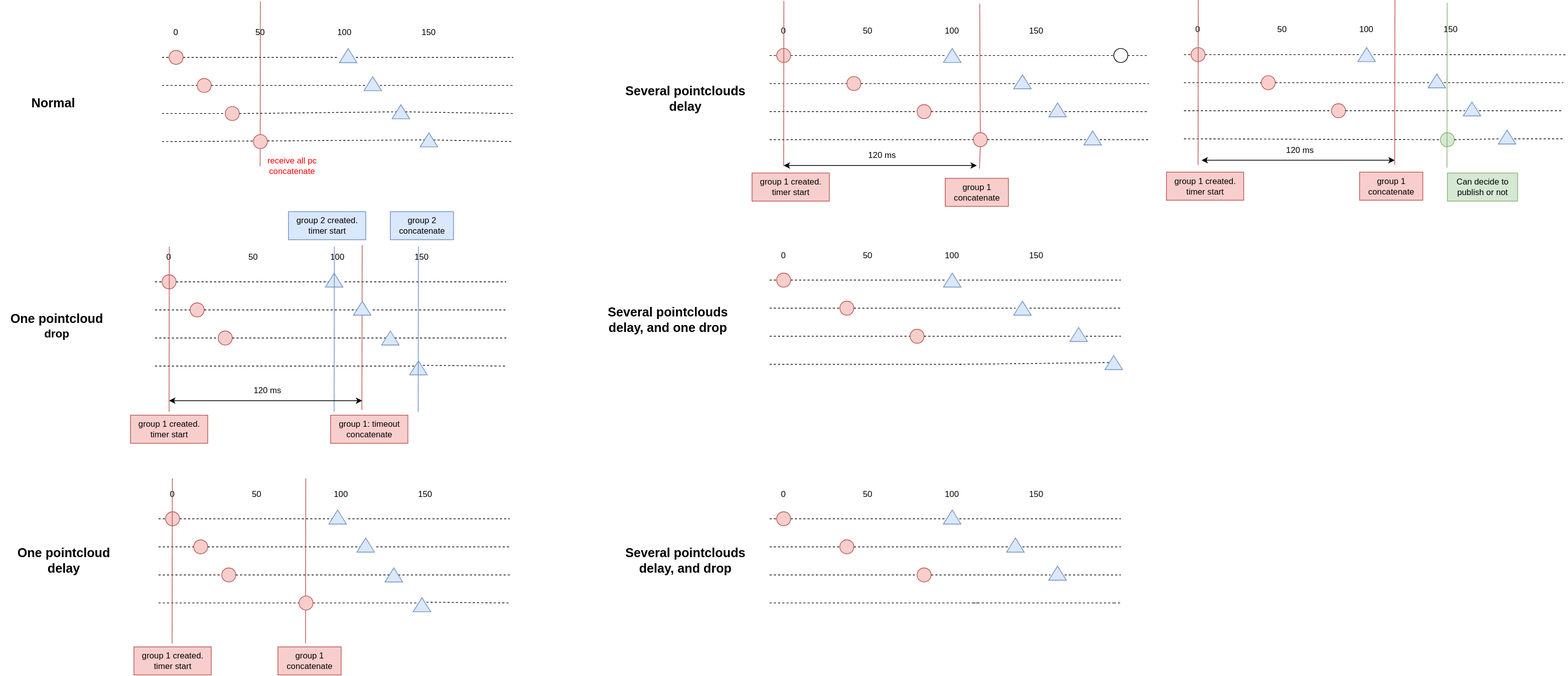
The draw.io diagram sensing/autoware_pointcloud_preprocessor/docs/image/concatenate_edge_case.drawio.svg in autowarefoundation/autoware.universe, before a commit. Source tidied: cells renumbered, new cells last; positions are measured from the earlier drawing's top-left corner, leaving out a move shared by most shapes.
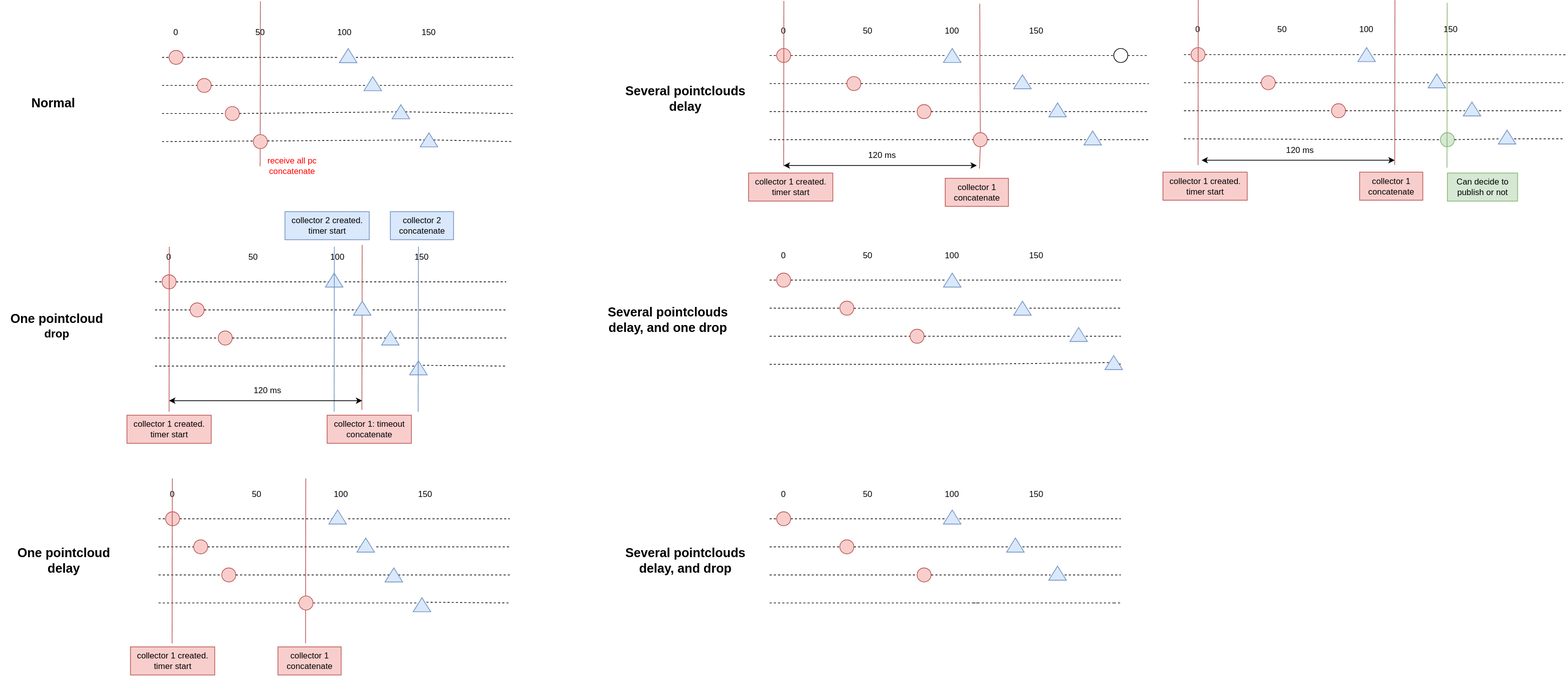
The same diagram one commit later.

The edit, as a diff of the source:
```diff
@@ -330,8 +330,8 @@
         <mxPoint x="514.5" y="583.5" as="targetPoint" />
       </mxGeometry>
     </mxCell>
-    <mxCell id="78" value="&lt;div&gt;group 1:&amp;nbsp;&lt;span style=&quot;background-color: initial;&quot;&gt;timeout&lt;/span&gt;&lt;/div&gt;concatenate" style="text;html=1;align=center;verticalAlign=middle;strokeColor=#b85450;fillColor=#f8cecc;" parent="1" vertex="1">
-      <mxGeometry x="470" y="591" width="110" height="40" as="geometry" />
+    <mxCell id="78" value="&lt;div&gt;&lt;span style=&quot;background-color: initial;&quot;&gt;collector&lt;/span&gt;&amp;nbsp;1:&amp;nbsp;&lt;span style=&quot;background-color: initial;&quot;&gt;timeout&lt;/span&gt;&lt;/div&gt;concatenate" style="text;html=1;align=center;verticalAlign=middle;strokeColor=#b85450;fillColor=#f8cecc;" parent="1" vertex="1">
+      <mxGeometry x="465" y="591" width="120" height="40" as="geometry" />
     </mxCell>
     <mxCell id="79" style="triangle;whiteSpace=wrap;html=1;rotation=-90;fillColor=#dae8fc;strokeColor=#6c8ebf;" parent="1" vertex="1">
       <mxGeometry x="485" y="66.2" width="20" height="25" as="geometry" />
@@ -502,11 +502,11 @@
         <mxPoint x="475" y="586" as="targetPoint" />
       </mxGeometry>
     </mxCell>
-    <mxCell id="124" value="&lt;div&gt;group 1 created.&lt;/div&gt;&lt;div&gt;timer start&lt;/div&gt;" style="text;html=1;align=center;verticalAlign=middle;strokeColor=#b85450;fillColor=#f8cecc;" parent="1" vertex="1">
-      <mxGeometry x="185" y="591" width="110" height="40" as="geometry" />
+    <mxCell id="124" value="&lt;div&gt;&lt;span style=&quot;background-color: initial;&quot;&gt;collector&lt;/span&gt;&amp;nbsp;1 created.&lt;/div&gt;&lt;div&gt;timer start&lt;/div&gt;" style="text;html=1;align=center;verticalAlign=middle;strokeColor=#b85450;fillColor=#f8cecc;" parent="1" vertex="1">
+      <mxGeometry x="180" y="591" width="120" height="40" as="geometry" />
     </mxCell>
-    <mxCell id="125" value="&lt;div&gt;group 2 created.&lt;/div&gt;&lt;div&gt;timer start&lt;/div&gt;" style="text;html=1;align=center;verticalAlign=middle;strokeColor=#6c8ebf;fillColor=#dae8fc;" parent="1" vertex="1">
-      <mxGeometry x="410" y="301" width="110" height="40" as="geometry" />
+    <mxCell id="125" value="&lt;div&gt;collector 2 created.&lt;/div&gt;&lt;div&gt;timer start&lt;/div&gt;" style="text;html=1;align=center;verticalAlign=middle;strokeColor=#6c8ebf;fillColor=#dae8fc;" parent="1" vertex="1">
+      <mxGeometry x="405" y="301" width="120" height="40" as="geometry" />
     </mxCell>
     <mxCell id="126" style="endArrow=none;html=1;rounded=0;fillColor=#dae8fc;strokeColor=#6c8ebf;" parent="1" edge="1">
       <mxGeometry relative="1" as="geometry">
@@ -514,7 +514,7 @@
         <mxPoint x="594.6" y="586" as="targetPoint" />
       </mxGeometry>
     </mxCell>
-    <mxCell id="127" value="&lt;div&gt;group 2&lt;/div&gt;&lt;div&gt;&amp;nbsp;concatenate&lt;/div&gt;" style="text;html=1;align=center;verticalAlign=middle;strokeColor=#6c8ebf;fillColor=#dae8fc;" parent="1" vertex="1">
+    <mxCell id="127" value="&lt;div&gt;&lt;span style=&quot;background-color: initial;&quot;&gt;collector&lt;/span&gt;&amp;nbsp;2&lt;/div&gt;&lt;div&gt;&amp;nbsp;concatenate&lt;/div&gt;" style="text;html=1;align=center;verticalAlign=middle;strokeColor=#6c8ebf;fillColor=#dae8fc;" parent="1" vertex="1">
       <mxGeometry x="555" y="301" width="90" height="40" as="geometry" />
     </mxCell>
     <mxCell id="128" style="endArrow=none;html=1;rounded=0;fillColor=#f8cecc;strokeColor=#b85450;" parent="1" edge="1">
@@ -523,10 +523,10 @@
         <mxPoint x="244.3" y="916" as="targetPoint" />
       </mxGeometry>
     </mxCell>
-    <mxCell id="129" value="&lt;div&gt;group 1 created.&lt;/div&gt;&lt;div&gt;timer start&lt;/div&gt;" style="text;html=1;align=center;verticalAlign=middle;strokeColor=#b85450;fillColor=#f8cecc;" parent="1" vertex="1">
-      <mxGeometry x="190" y="921" width="110" height="40" as="geometry" />
+    <mxCell id="129" value="&lt;div&gt;&lt;span style=&quot;background-color: initial;&quot;&gt;collector&lt;/span&gt;&amp;nbsp;1 created.&lt;/div&gt;&lt;div&gt;timer start&lt;/div&gt;" style="text;html=1;align=center;verticalAlign=middle;strokeColor=#b85450;fillColor=#f8cecc;" parent="1" vertex="1">
+      <mxGeometry x="185" y="921" width="120" height="40" as="geometry" />
     </mxCell>
-    <mxCell id="130" value="&lt;div&gt;group 1&lt;/div&gt;&lt;div&gt;&amp;nbsp;concatenate&lt;/div&gt;" style="text;html=1;align=center;verticalAlign=middle;strokeColor=#b85450;fillColor=#f8cecc;" parent="1" vertex="1">
+    <mxCell id="130" value="&lt;div&gt;&lt;span style=&quot;background-color: initial;&quot;&gt;collector&lt;/span&gt;&amp;nbsp;1&lt;/div&gt;&lt;div&gt;&amp;nbsp;concatenate&lt;/div&gt;" style="text;html=1;align=center;verticalAlign=middle;strokeColor=#b85450;fillColor=#f8cecc;" parent="1" vertex="1">
       <mxGeometry x="395" y="921" width="90" height="40" as="geometry" />
     </mxCell>
     <mxCell id="131" style="endArrow=none;dashed=1;html=1;rounded=0;" parent="1" edge="1" source="149">
@@ -629,8 +629,8 @@
     <mxCell id="154" style="triangle;whiteSpace=wrap;html=1;rotation=-90;fillColor=#dae8fc;strokeColor=#6c8ebf;" parent="1" vertex="1">
       <mxGeometry x="1545" y="183.5" width="20" height="25" as="geometry" />
     </mxCell>
-    <mxCell id="155" value="&lt;div&gt;group 1 created.&lt;/div&gt;&lt;div&gt;timer start&lt;/div&gt;" style="text;html=1;align=center;verticalAlign=middle;strokeColor=#b85450;fillColor=#f8cecc;" parent="1" vertex="1">
-      <mxGeometry x="1070" y="246" width="110" height="40" as="geometry" />
+    <mxCell id="155" value="&lt;div&gt;&lt;span style=&quot;background-color: initial;&quot;&gt;collector&lt;/span&gt;&amp;nbsp;1 created.&lt;/div&gt;&lt;div&gt;timer start&lt;/div&gt;" style="text;html=1;align=center;verticalAlign=middle;strokeColor=#b85450;fillColor=#f8cecc;" parent="1" vertex="1">
+      <mxGeometry x="1065" y="246" width="120" height="40" as="geometry" />
     </mxCell>
     <mxCell id="156" style="endArrow=none;html=1;rounded=0;fillColor=#f8cecc;strokeColor=#b85450;" parent="1" edge="1">
       <mxGeometry relative="1" as="geometry">
@@ -643,7 +643,7 @@
         <mxPoint x="1393.8" y="239.8" as="targetPoint" />
       </mxGeometry>
     </mxCell>
-    <mxCell id="158" value="&lt;div&gt;group 1&lt;/div&gt;&lt;div&gt;&amp;nbsp;concatenate&lt;/div&gt;" style="text;html=1;align=center;verticalAlign=middle;strokeColor=#b85450;fillColor=#f8cecc;" parent="1" vertex="1">
+    <mxCell id="158" value="&lt;div&gt;&lt;span style=&quot;background-color: initial;&quot;&gt;collector&lt;/span&gt;&amp;nbsp;1&lt;/div&gt;&lt;div&gt;&amp;nbsp;concatenate&lt;/div&gt;" style="text;html=1;align=center;verticalAlign=middle;strokeColor=#b85450;fillColor=#f8cecc;" parent="1" vertex="1">
       <mxGeometry x="1345" y="253.5" width="90" height="40" as="geometry" />
     </mxCell>
     <mxCell id="159" style="endArrow=none;dashed=1;html=1;rounded=0;" parent="1" edge="1">
@@ -742,8 +742,8 @@
     <mxCell id="181" style="triangle;whiteSpace=wrap;html=1;rotation=-90;fillColor=#dae8fc;strokeColor=#6c8ebf;" parent="1" vertex="1">
       <mxGeometry x="2135" y="182.2" width="20" height="25" as="geometry" />
     </mxCell>
-    <mxCell id="182" value="&lt;div&gt;group 1 created.&lt;/div&gt;&lt;div&gt;timer start&lt;/div&gt;" style="text;html=1;align=center;verticalAlign=middle;strokeColor=#b85450;fillColor=#f8cecc;" parent="1" vertex="1">
-      <mxGeometry x="1660" y="244.8" width="110" height="40" as="geometry" />
+    <mxCell id="182" value="&lt;div&gt;&lt;span style=&quot;background-color: initial;&quot;&gt;collector&lt;/span&gt;&amp;nbsp;1 created.&lt;/div&gt;&lt;div&gt;timer start&lt;/div&gt;" style="text;html=1;align=center;verticalAlign=middle;strokeColor=#b85450;fillColor=#f8cecc;" parent="1" vertex="1">
+      <mxGeometry x="1655" y="244.8" width="120" height="40" as="geometry" />
     </mxCell>
     <mxCell id="183" style="endArrow=none;html=1;rounded=0;fillColor=#f8cecc;strokeColor=#b85450;" parent="1" edge="1">
       <mxGeometry relative="1" as="geometry">
@@ -757,7 +757,7 @@
         <mxPoint x="1985" y="234.8" as="targetPoint" />
       </mxGeometry>
     </mxCell>
-    <mxCell id="185" value="&lt;div&gt;group 1&lt;/div&gt;&lt;div&gt;&amp;nbsp;concatenate&lt;/div&gt;" style="text;html=1;align=center;verticalAlign=middle;strokeColor=#b85450;fillColor=#f8cecc;" parent="1" vertex="1">
+    <mxCell id="185" value="&lt;div&gt;&lt;span style=&quot;background-color: initial;&quot;&gt;collector&lt;/span&gt;&amp;nbsp;1&lt;/div&gt;&lt;div&gt;&amp;nbsp;concatenate&lt;/div&gt;" style="text;html=1;align=center;verticalAlign=middle;strokeColor=#b85450;fillColor=#f8cecc;" parent="1" vertex="1">
       <mxGeometry x="1935" y="244.8" width="90" height="40" as="geometry" />
     </mxCell>
     <mxCell id="186" style="endArrow=none;html=1;rounded=0;fillColor=#d5e8d4;strokeColor=#82b366;" parent="1" edge="1">
```
